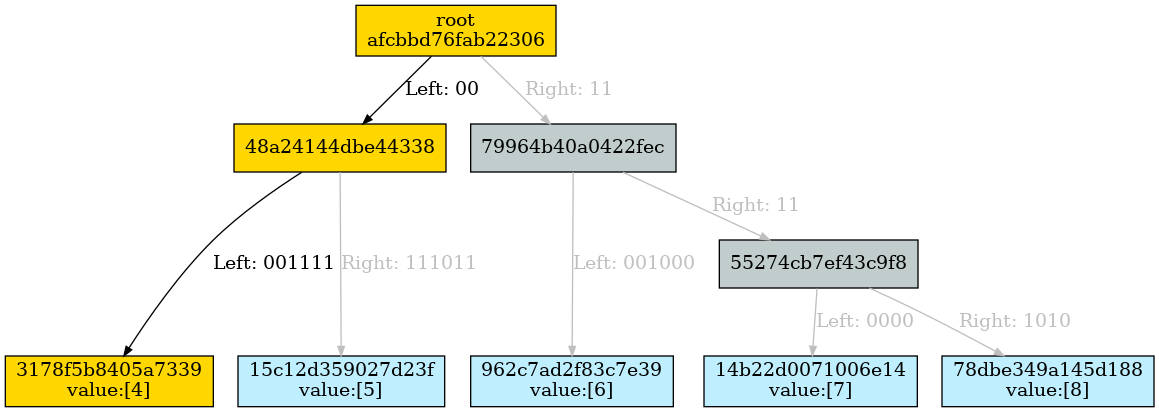
Before: docs/merkle_tree/merge/merge_right_proof.dot.png, a diagram exported from Graphviz (juicebox-systems/juicebox-hsm-realm). Its source is kept beside it as docs/merkle_tree/merge/merge_right_proof.dot.
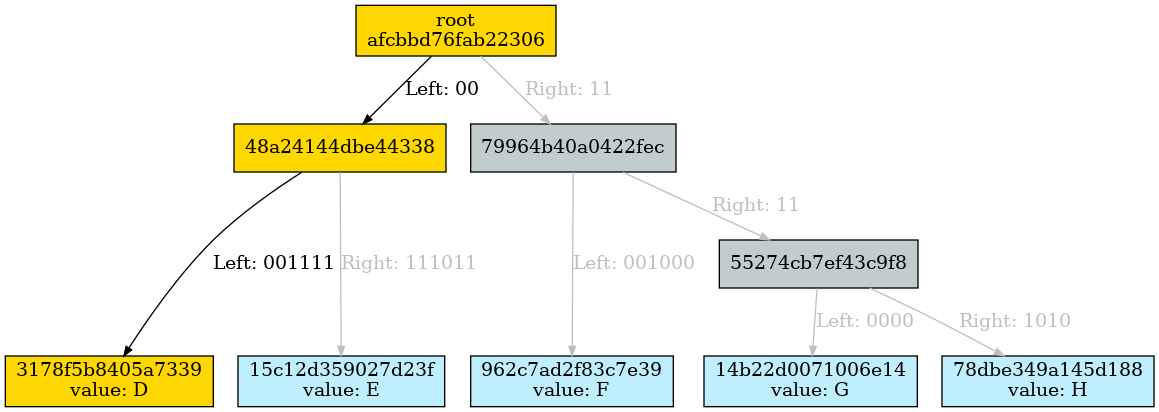
After the change.

What changed in the source:
```diff
@@ -27,11 +27,11 @@
 Subgraph depth_256 {
 rank=same
 
-h3178f5b8405a7339 [fillcolor=gold1 label="3178f5b8405a7339\nvalue:[4]" ordering=out shape=box style=filled ];
-h15c12d359027d23f [fillcolor=lightblue1 label="15c12d359027d23f\nvalue:[5]" ordering=out shape=box style=filled ];
-h962c7ad2f83c7e39 [fillcolor=lightblue1 label="962c7ad2f83c7e39\nvalue:[6]" ordering=out shape=box style=filled ];
-h14b22d0071006e14 [fillcolor=lightblue1 label="14b22d0071006e14\nvalue:[7]" ordering=out shape=box style=filled ];
-h78dbe349a145d188 [fillcolor=lightblue1 label="78dbe349a145d188\nvalue:[8]" ordering=out shape=box style=filled ];
+h3178f5b8405a7339 [fillcolor=gold1 label="3178f5b8405a7339\nvalue: D" ordering=out shape=box style=filled ];
+h15c12d359027d23f [fillcolor=lightblue1 label="15c12d359027d23f\nvalue: E" ordering=out shape=box style=filled ];
+h962c7ad2f83c7e39 [fillcolor=lightblue1 label="962c7ad2f83c7e39\nvalue: F" ordering=out shape=box style=filled ];
+h14b22d0071006e14 [fillcolor=lightblue1 label="14b22d0071006e14\nvalue: G" ordering=out shape=box style=filled ];
+h78dbe349a145d188 [fillcolor=lightblue1 label="78dbe349a145d188\nvalue: H" ordering=out shape=box style=filled ];
 }
 
 
```
